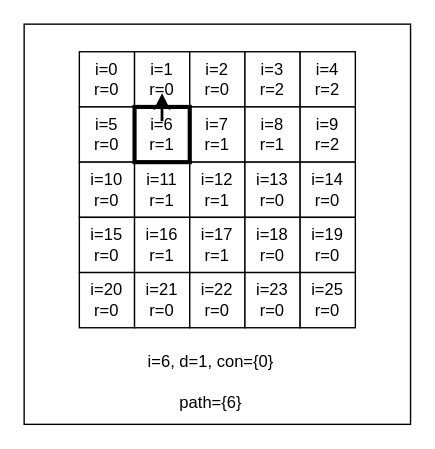
FallingXun/FallingXun.github.io keeps this draw.io diagram as page "Page-2" (2 of 14) of file/Algorithm/NavmeshNavigation/NavmeshNavigation_WalkContour.drawio. Above is the earlier version. Source tidied: cells renumbered, new cells numbered last; positions are measured from the earlier drawing's top-left corner, leaving out a move shared by most shapes. Both pictures are drawn from the tidied source at 138%, with x=0, y=0 at pixel (23, 23).
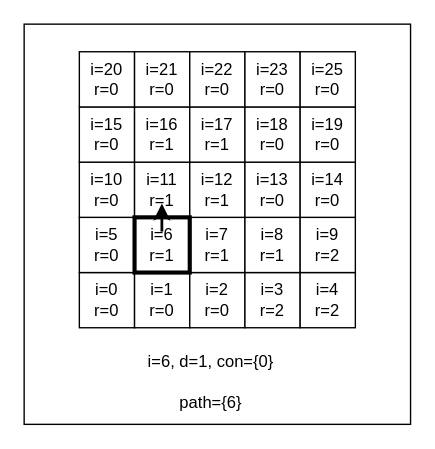
The same page after the edit.

Change to the diagram source:
```diff
@@
+    <mxCell id="27" value="i=6, d=1, con={0}" style="text;html=1;align=center;verticalAlign=middle;strokeColor=none;fillColor=none;" parent="1" vertex="1">
+      <mxGeometry x="80" y="230" width="110" height="30" as="geometry" />
+    </mxCell>
+    <mxCell id="30" value="path={6}" style="text;html=1;align=center;verticalAlign=middle;strokeColor=none;fillColor=none;" parent="1" vertex="1">
+      <mxGeometry x="100" y="260" width="70" height="30" as="geometry" />
+    </mxCell>
     <mxCell id="2" value="&lt;font style=&quot;color: light-dark(rgb(0, 0, 0), rgb(255, 255, 255));&quot;&gt;i=6&lt;/font&gt;&lt;div&gt;&lt;font style=&quot;color: light-dark(rgb(0, 0, 0), rgb(255, 255, 255));&quot;&gt;r=1&lt;/font&gt;&lt;/div&gt;" style="whiteSpace=wrap;html=1;strokeWidth=1;strokeColor=light-dark(#000000,#FFFFFF);" parent="1" vertex="1">
-      <mxGeometry x="80" y="60" width="40" height="40" as="geometry" />
+      <mxGeometry x="80" y="140" width="40" height="40" as="geometry" />
     </mxCell>
     <mxCell id="3" value="&lt;font style=&quot;color: light-dark(rgb(0, 0, 0), rgb(255, 255, 255));&quot;&gt;i=0&lt;/font&gt;&lt;div&gt;&lt;font style=&quot;color: light-dark(rgb(0, 0, 0), rgb(255, 255, 255));&quot;&gt;r=0&lt;/font&gt;&lt;/div&gt;" style="whiteSpace=wrap;html=1;fillColor=light-dark(#FFFFFF,#FF0000);" parent="1" vertex="1">
-      <mxGeometry x="40" y="20" width="40" height="40" as="geometry" />
+      <mxGeometry x="40" y="180" width="40" height="40" as="geometry" />
     </mxCell>
     <mxCell id="4" value="&lt;font style=&quot;color: light-dark(rgb(0, 0, 0), rgb(255, 255, 255));&quot;&gt;i=1&lt;/font&gt;&lt;div&gt;&lt;font style=&quot;color: light-dark(rgb(0, 0, 0), rgb(255, 255, 255));&quot;&gt;r=0&lt;/font&gt;&lt;/div&gt;" style="whiteSpace=wrap;html=1;fillColor=light-dark(#FFFFFF,#FF0000);" parent="1" vertex="1">
-      <mxGeometry x="80" y="20" width="40" height="40" as="geometry" />
+      <mxGeometry x="80" y="180" width="40" height="40" as="geometry" />
     </mxCell>
     <mxCell id="5" value="&lt;font style=&quot;color: light-dark(rgb(0, 0, 0), rgb(255, 255, 255));&quot;&gt;i=2&lt;/font&gt;&lt;div&gt;&lt;font style=&quot;color: light-dark(rgb(0, 0, 0), rgb(255, 255, 255));&quot;&gt;r=0&lt;/font&gt;&lt;/div&gt;" style="whiteSpace=wrap;html=1;fillColor=light-dark(#FFFFFF,#FF0000);" parent="1" vertex="1">
-      <mxGeometry x="120" y="20" width="40" height="40" as="geometry" />
+      <mxGeometry x="120" y="180" width="40" height="40" as="geometry" />
     </mxCell>
     <mxCell id="6" value="&lt;font style=&quot;color: light-dark(rgb(0, 0, 0), rgb(0, 0, 0));&quot;&gt;i=3&lt;/font&gt;&lt;div&gt;&lt;font style=&quot;color: light-dark(rgb(0, 0, 0), rgb(0, 0, 0));&quot;&gt;r=2&lt;/font&gt;&lt;/div&gt;" style="whiteSpace=wrap;html=1;fillColor=light-dark(#FFFFFF,#FFFF00);" parent="1" vertex="1">
-      <mxGeometry x="160" y="20" width="40" height="40" as="geometry" />
+      <mxGeometry x="160" y="180" width="40" height="40" as="geometry" />
     </mxCell>
     <mxCell id="7" value="&lt;font style=&quot;color: light-dark(rgb(0, 0, 0), rgb(0, 0, 0));&quot;&gt;i=4&lt;/font&gt;&lt;div&gt;&lt;font style=&quot;color: light-dark(rgb(0, 0, 0), rgb(0, 0, 0));&quot;&gt;r=2&lt;/font&gt;&lt;/div&gt;" style="whiteSpace=wrap;html=1;fillColor=light-dark(#FFFFFF,#FFFF00);" parent="1" vertex="1">
-      <mxGeometry x="200" y="20" width="40" height="40" as="geometry" />
+      <mxGeometry x="200" y="180" width="40" height="40" as="geometry" />
     </mxCell>
     <mxCell id="8" value="&lt;font style=&quot;color: light-dark(rgb(0, 0, 0), rgb(255, 255, 255));&quot;&gt;i=5&lt;/font&gt;&lt;div&gt;&lt;font style=&quot;color: light-dark(rgb(0, 0, 0), rgb(255, 255, 255));&quot;&gt;r=0&lt;/font&gt;&lt;/div&gt;" style="whiteSpace=wrap;html=1;fillColor=light-dark(#FFFFFF,#FF0000);" parent="1" vertex="1">
-      <mxGeometry x="40" y="60" width="40" height="40" as="geometry" />
+      <mxGeometry x="40" y="140" width="40" height="40" as="geometry" />
     </mxCell>
     <mxCell id="9" value="&lt;font style=&quot;color: light-dark(rgb(0, 0, 0), rgb(255, 255, 255));&quot;&gt;i=7&lt;/font&gt;&lt;div&gt;&lt;div&gt;&lt;font style=&quot;color: light-dark(rgb(0, 0, 0), rgb(255, 255, 255));&quot;&gt;r=1&lt;/font&gt;&lt;/div&gt;&lt;/div&gt;" style="whiteSpace=wrap;html=1;" parent="1" vertex="1">
-      <mxGeometry x="120" y="60" width="40" height="40" as="geometry" />
+      <mxGeometry x="120" y="140" width="40" height="40" as="geometry" />
     </mxCell>
     <mxCell id="10" value="&lt;font style=&quot;color: light-dark(rgb(0, 0, 0), rgb(255, 255, 255));&quot;&gt;i=8&lt;/font&gt;&lt;div&gt;&lt;font style=&quot;color: light-dark(rgb(0, 0, 0), rgb(255, 255, 255));&quot;&gt;r=1&lt;/font&gt;&lt;/div&gt;" style="whiteSpace=wrap;html=1;" parent="1" vertex="1">
-      <mxGeometry x="160" y="60" width="40" height="40" as="geometry" />
+      <mxGeometry x="160" y="140" width="40" height="40" as="geometry" />
     </mxCell>
     <mxCell id="11" value="&lt;font style=&quot;color: light-dark(rgb(0, 0, 0), rgb(0, 0, 0));&quot;&gt;i=9&lt;/font&gt;&lt;div&gt;&lt;font style=&quot;color: light-dark(rgb(0, 0, 0), rgb(0, 0, 0));&quot;&gt;r=2&lt;/font&gt;&lt;/div&gt;" style="whiteSpace=wrap;html=1;fillColor=light-dark(#FFFFFF,#FFFF00);" parent="1" vertex="1">
-      <mxGeometry x="200" y="60" width="40" height="40" as="geometry" />
+      <mxGeometry x="200" y="140" width="40" height="40" as="geometry" />
     </mxCell>
@@
     <mxCell id="17" value="&lt;font style=&quot;color: light-dark(rgb(0, 0, 0), rgb(255, 255, 255));&quot;&gt;i=15&lt;/font&gt;&lt;div&gt;&lt;font style=&quot;color: light-dark(rgb(0, 0, 0), rgb(255, 255, 255));&quot;&gt;r=0&lt;/font&gt;&lt;/div&gt;" style="whiteSpace=wrap;html=1;fillColor=light-dark(#FFFFFF,#FF0000);" parent="1" vertex="1">
-      <mxGeometry x="40" y="140" width="40" height="40" as="geometry" />
+      <mxGeometry x="40" y="60" width="40" height="40" as="geometry" />
     </mxCell>
     <mxCell id="18" value="&lt;font style=&quot;color: light-dark(rgb(0, 0, 0), rgb(255, 255, 255));&quot;&gt;i=16&lt;/font&gt;&lt;div&gt;&lt;font style=&quot;color: light-dark(rgb(0, 0, 0), rgb(255, 255, 255));&quot;&gt;r=1&lt;/font&gt;&lt;/div&gt;" style="whiteSpace=wrap;html=1;" parent="1" vertex="1">
-      <mxGeometry x="80" y="140" width="40" height="40" as="geometry" />
+      <mxGeometry x="80" y="60" width="40" height="40" as="geometry" />
     </mxCell>
     <mxCell id="19" value="&lt;font style=&quot;color: light-dark(rgb(0, 0, 0), rgb(255, 255, 255));&quot;&gt;i=17&lt;/font&gt;&lt;div&gt;&lt;font style=&quot;color: light-dark(rgb(0, 0, 0), rgb(255, 255, 255));&quot;&gt;r=1&lt;/font&gt;&lt;/div&gt;" style="whiteSpace=wrap;html=1;" parent="1" vertex="1">
-      <mxGeometry x="120" y="140" width="40" height="40" as="geometry" />
+      <mxGeometry x="120" y="60" width="40" height="40" as="geometry" />
     </mxCell>
     <mxCell id="20" value="&lt;font style=&quot;color: light-dark(rgb(0, 0, 0), rgb(255, 255, 255));&quot;&gt;i=18&lt;/font&gt;&lt;div&gt;&lt;font style=&quot;color: light-dark(rgb(0, 0, 0), rgb(255, 255, 255));&quot;&gt;r=0&lt;/font&gt;&lt;/div&gt;" style="whiteSpace=wrap;html=1;fillColor=light-dark(#FFFFFF,#FF0000);" parent="1" vertex="1">
-      <mxGeometry x="160" y="140" width="40" height="40" as="geometry" />
+      <mxGeometry x="160" y="60" width="40" height="40" as="geometry" />
     </mxCell>
     <mxCell id="21" value="&lt;font style=&quot;color: light-dark(rgb(0, 0, 0), rgb(255, 255, 255));&quot;&gt;i=19&lt;/font&gt;&lt;div&gt;&lt;font style=&quot;color: light-dark(rgb(0, 0, 0), rgb(255, 255, 255));&quot;&gt;r=0&lt;/font&gt;&lt;/div&gt;" style="whiteSpace=wrap;html=1;fillColor=light-dark(#FFFFFF,#FF0000);" parent="1" vertex="1">
-      <mxGeometry x="200" y="140" width="40" height="40" as="geometry" />
+      <mxGeometry x="200" y="60" width="40" height="40" as="geometry" />
     </mxCell>
     <mxCell id="22" value="&lt;font style=&quot;color: light-dark(rgb(0, 0, 0), rgb(255, 255, 255));&quot;&gt;i=20&lt;/font&gt;&lt;div&gt;&lt;font style=&quot;color: light-dark(rgb(0, 0, 0), rgb(255, 255, 255));&quot;&gt;r=0&lt;/font&gt;&lt;/div&gt;" style="whiteSpace=wrap;html=1;fillColor=light-dark(#FFFFFF,#FF0000);" parent="1" vertex="1">
-      <mxGeometry x="40" y="180" width="40" height="40" as="geometry" />
+      <mxGeometry x="40" y="20" width="40" height="40" as="geometry" />
     </mxCell>
     <mxCell id="23" value="&lt;font style=&quot;color: light-dark(rgb(0, 0, 0), rgb(255, 255, 255));&quot;&gt;i=21&lt;/font&gt;&lt;div&gt;&lt;font style=&quot;color: light-dark(rgb(0, 0, 0), rgb(255, 255, 255));&quot;&gt;r=0&lt;/font&gt;&lt;/div&gt;" style="whiteSpace=wrap;html=1;fillColor=light-dark(#FFFFFF,#FF0000);" parent="1" vertex="1">
-      <mxGeometry x="80" y="180" width="40" height="40" as="geometry" />
+      <mxGeometry x="80" y="20" width="40" height="40" as="geometry" />
     </mxCell>
     <mxCell id="24" value="&lt;font style=&quot;color: light-dark(rgb(0, 0, 0), rgb(255, 255, 255));&quot;&gt;i=22&lt;/font&gt;&lt;div&gt;&lt;font style=&quot;color: light-dark(rgb(0, 0, 0), rgb(255, 255, 255));&quot;&gt;r=0&lt;/font&gt;&lt;/div&gt;" style="whiteSpace=wrap;html=1;fillColor=light-dark(#FFFFFF,#FF0000);" parent="1" vertex="1">
-      <mxGeometry x="120" y="180" width="40" height="40" as="geometry" />
+      <mxGeometry x="120" y="20" width="40" height="40" as="geometry" />
     </mxCell>
     <mxCell id="25" value="&lt;font style=&quot;color: light-dark(rgb(0, 0, 0), rgb(255, 255, 255));&quot;&gt;i=23&lt;/font&gt;&lt;div&gt;&lt;font style=&quot;color: light-dark(rgb(0, 0, 0), rgb(255, 255, 255));&quot;&gt;r=0&lt;/font&gt;&lt;/div&gt;" style="whiteSpace=wrap;html=1;fillColor=light-dark(#FFFFFF,#FF0000);" parent="1" vertex="1">
-      <mxGeometry x="160" y="180" width="40" height="40" as="geometry" />
+      <mxGeometry x="160" y="20" width="40" height="40" as="geometry" />
     </mxCell>
     <mxCell id="26" value="&lt;font style=&quot;color: light-dark(rgb(0, 0, 0), rgb(255, 255, 255));&quot;&gt;i=25&lt;/font&gt;&lt;div&gt;&lt;font style=&quot;color: light-dark(rgb(0, 0, 0), rgb(255, 255, 255));&quot;&gt;r=0&lt;/font&gt;&lt;/div&gt;" style="whiteSpace=wrap;html=1;fillColor=light-dark(#FFFFFF,#FF0000);" parent="1" vertex="1">
-      <mxGeometry x="200" y="180" width="40" height="40" as="geometry" />
+      <mxGeometry x="200" y="20" width="40" height="40" as="geometry" />
     </mxCell>
-    <mxCell id="27" value="i=6, d=1, con={0}" style="text;html=1;align=center;verticalAlign=middle;strokeColor=none;fillColor=none;" parent="1" vertex="1">
-      <mxGeometry x="80" y="230" width="110" height="30" as="geometry" />
-    </mxCell>
-    <mxCell id="28" style="whiteSpace=wrap;html=1;strokeWidth=3;strokeColor=light-dark(#000000,#00FF00);fillColor=none;" parent="1" vertex="1">
-      <mxGeometry x="80" y="60" width="40" height="40" as="geometry" />
-    </mxCell>
-    <mxCell id="29" style="endArrow=classic;html=1;strokeColor=light-dark(#000000,#FFFFFF);strokeWidth=2;" parent="1" edge="1">
-      <mxGeometry relative="1" as="geometry">
-        <mxPoint x="99.9" y="70.3" as="sourcePoint" />
-        <mxPoint x="99.9" y="50" as="targetPoint" />
-      </mxGeometry>
-    </mxCell>
-    <mxCell id="30" value="path={6}" style="text;html=1;align=center;verticalAlign=middle;strokeColor=none;fillColor=none;" parent="1" vertex="1">
-      <mxGeometry x="100" y="260" width="70" height="30" as="geometry" />
-    </mxCell>
+    <mxCell id="32" style="whiteSpace=wrap;html=1;strokeWidth=3;strokeColor=light-dark(#000000,#00FF00);fillColor=none;" parent="1" vertex="1">
+      <mxGeometry x="80" y="140" width="40" height="40" as="geometry" />
+    </mxCell>
+    <mxCell id="33" style="endArrow=classic;html=1;strokeColor=light-dark(#000000,#FFFFFF);strokeWidth=2;" parent="1" edge="1">
+      <mxGeometry relative="1" as="geometry">
+        <mxPoint x="99.8" y="150.3" as="sourcePoint" />
+        <mxPoint x="99.8" y="130" as="targetPoint" />
+      </mxGeometry>
+    </mxCell>
```
